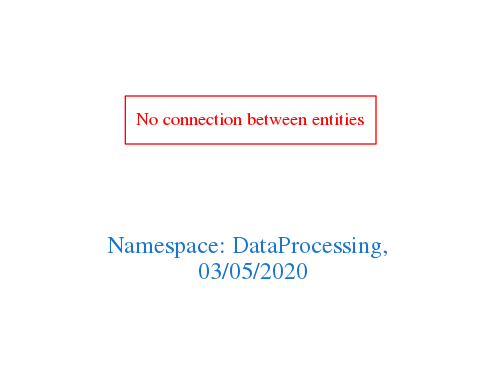
The Graphviz diagram downloads/DataProcessing.png in arago/OGIT, before a commit. Its source is kept beside it as downloads/DataProcessing.dot. Its diagram source:
```dot
digraph OGIT_ontology {
 graph [ rankdir= LR,pad=1
fontsize = 18,
fontcolor= dodgerblue3,label = "\n\n\nNamespace: DataProcessing, \n 03/05/2020"];
node[shape=polygon];
edge [  color="gray81"];

"No connection between entities" [fontcolor = "red",color="red", shape="polygon"]
}
```
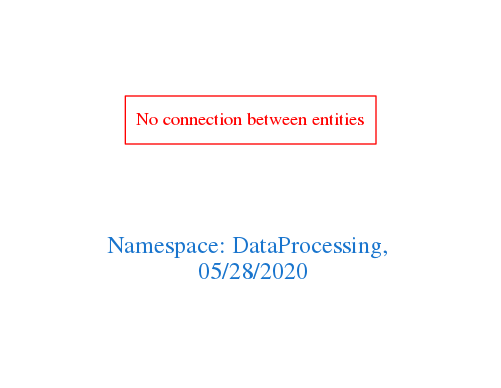
After the commit.

Change to the diagram source:
```diff
@@ -1,7 +1,7 @@
 digraph OGIT_ontology {
  graph [ rankdir= LR,pad=1
 fontsize = 18,
-fontcolor= dodgerblue3,label = "\n\n\nNamespace: DataProcessing, \n 03/05/2020"];
+fontcolor= dodgerblue3,label = "\n\n\nNamespace: DataProcessing, \n 05/28/2020"];
 node[shape=polygon];
 edge [  color="gray81"];
 
```
